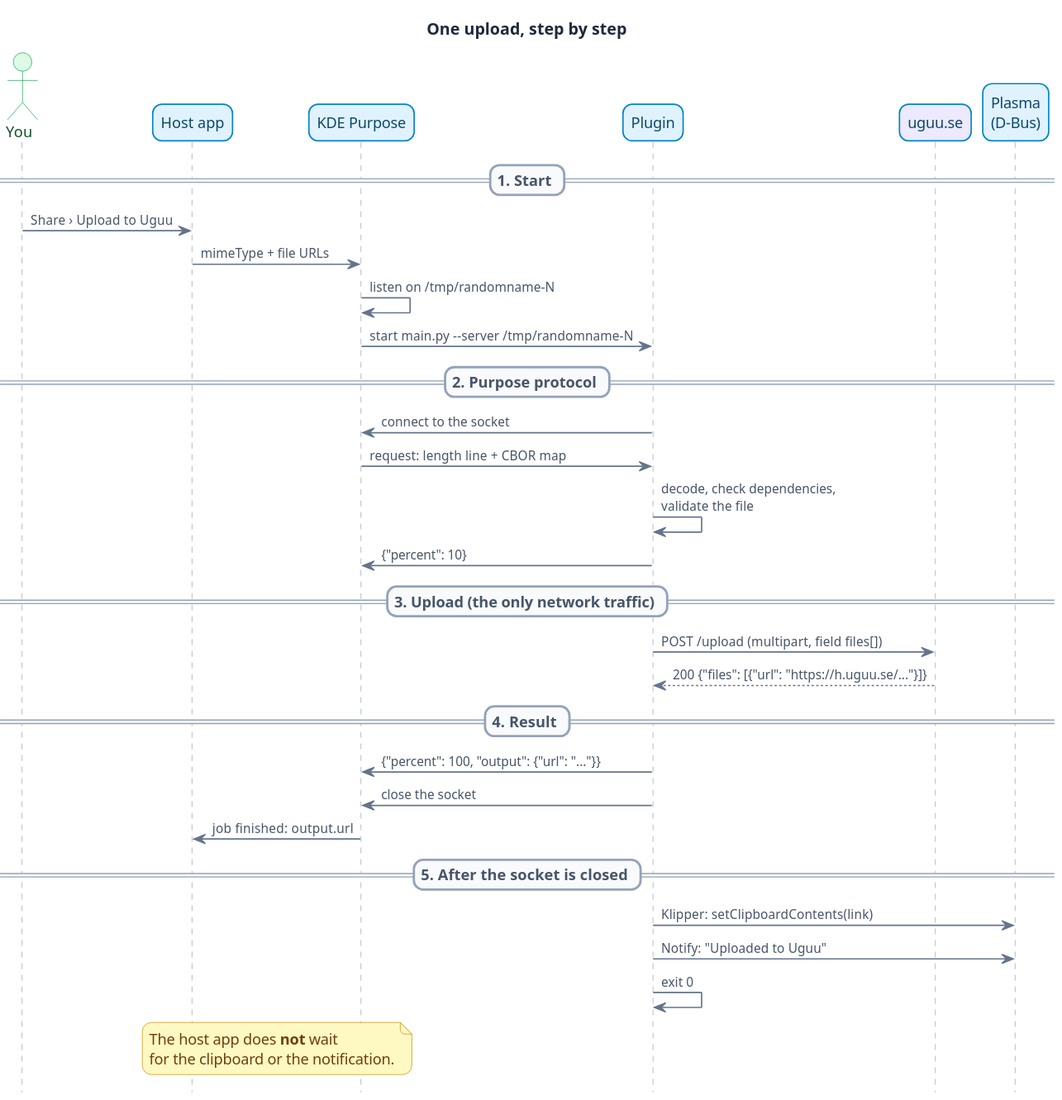
Before: docs/diagrams/out/how-it-works-upload.svg, a diagram exported from PlantUML (midvok/kde-purpose-plugins). The source it was exported from:
```plantuml
@startuml
!include _style.iuml

title "One upload, step by step"
hide footbox

actor "You" as U
participant "Host app" as H
participant "KDE Purpose" as P
participant "Plugin" as M
participant "uguu.se" as S $EXTERNAL
participant "Plasma\n(D-Bus)" as D

== 1. Start ==
U -> H : Share › Upload to Uguu
H -> P : mimeType + file URLs
P -> P : listen on /tmp/randomname-N
P -> M : start main.py --server /tmp/randomname-N

== 2. Purpose protocol ==
M -> P : connect to the socket
P -> M : request: length line + CBOR map
M -> M : decode, check dependencies,\nvalidate the file
M -> P : {"percent": 10}

== 3. Upload (the only network traffic) ==
M -> S : POST /upload (multipart, field files[])
S --> M : 200 {"files": [{"url": "https://h.uguu.se/..."}]}

== 4. Result ==
M -> P : {"percent": 100, "output": {"url": "..."}}
M -> P : close the socket
P -> H : job finished: output.url

== 5. After the socket is closed ==
M -> D : Klipper: setClipboardContents(link)
M -> D : Notify: "Uploaded to Uguu"
M -> M : exit 0
note over H, P : The host app does **not** wait\nfor the clipboard or the notification.
@enduml
```
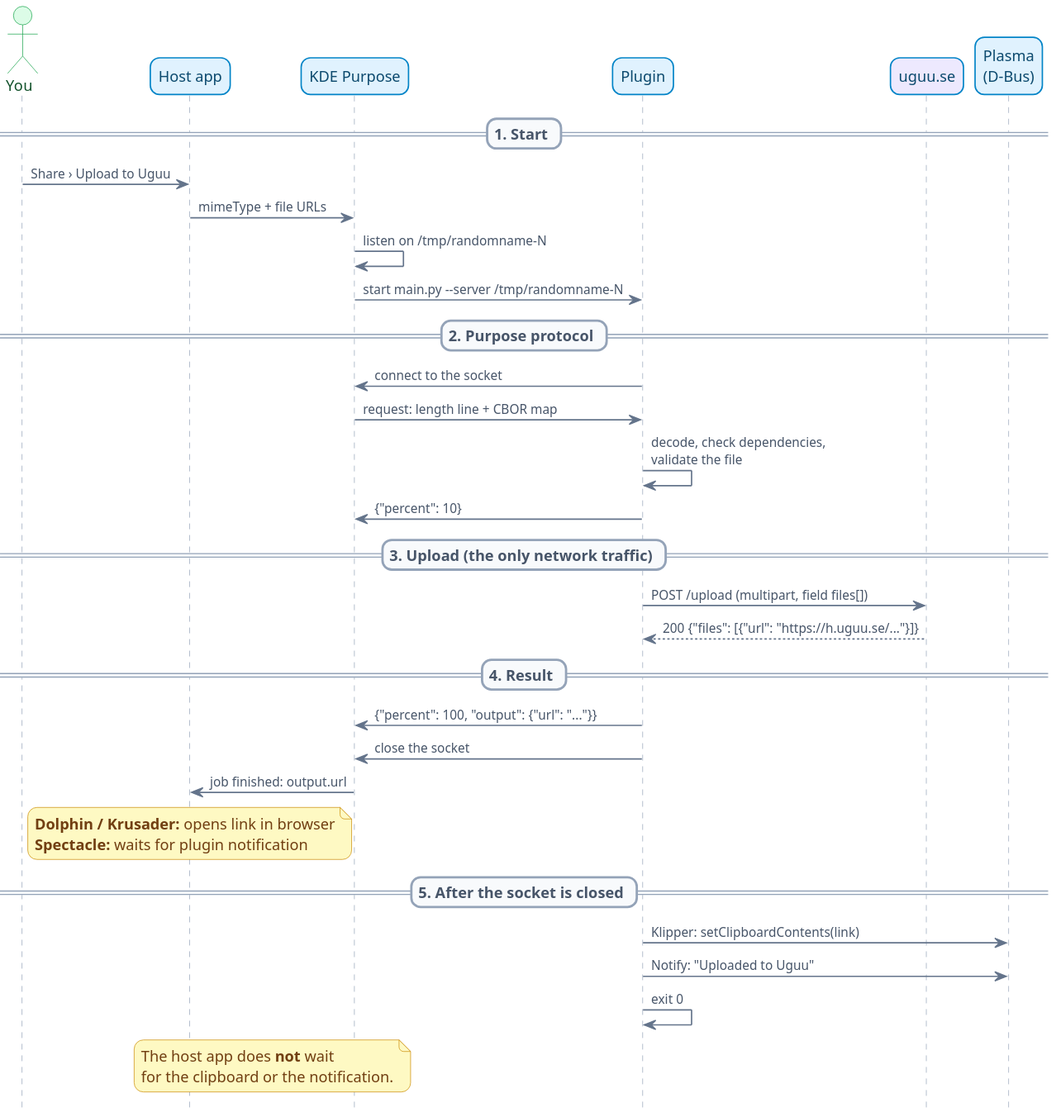
Later version of the same file.

Change to the diagram source:
```diff
@@ -1,7 +1,6 @@
 @startuml
 !include _style.iuml
 
-title "One upload, step by step"
 hide footbox
 
 actor "You" as U
@@ -31,6 +30,10 @@
 M -> P : {"percent": 100, "output": {"url": "..."}}
 M -> P : close the socket
 P -> H : job finished: output.url
+note over H
+  **Dolphin / Krusader:** opens link in browser
+  **Spectacle:** waits for plugin notification
+end note
 
 == 5. After the socket is closed ==
 M -> D : Klipper: setClipboardContents(link)
```
